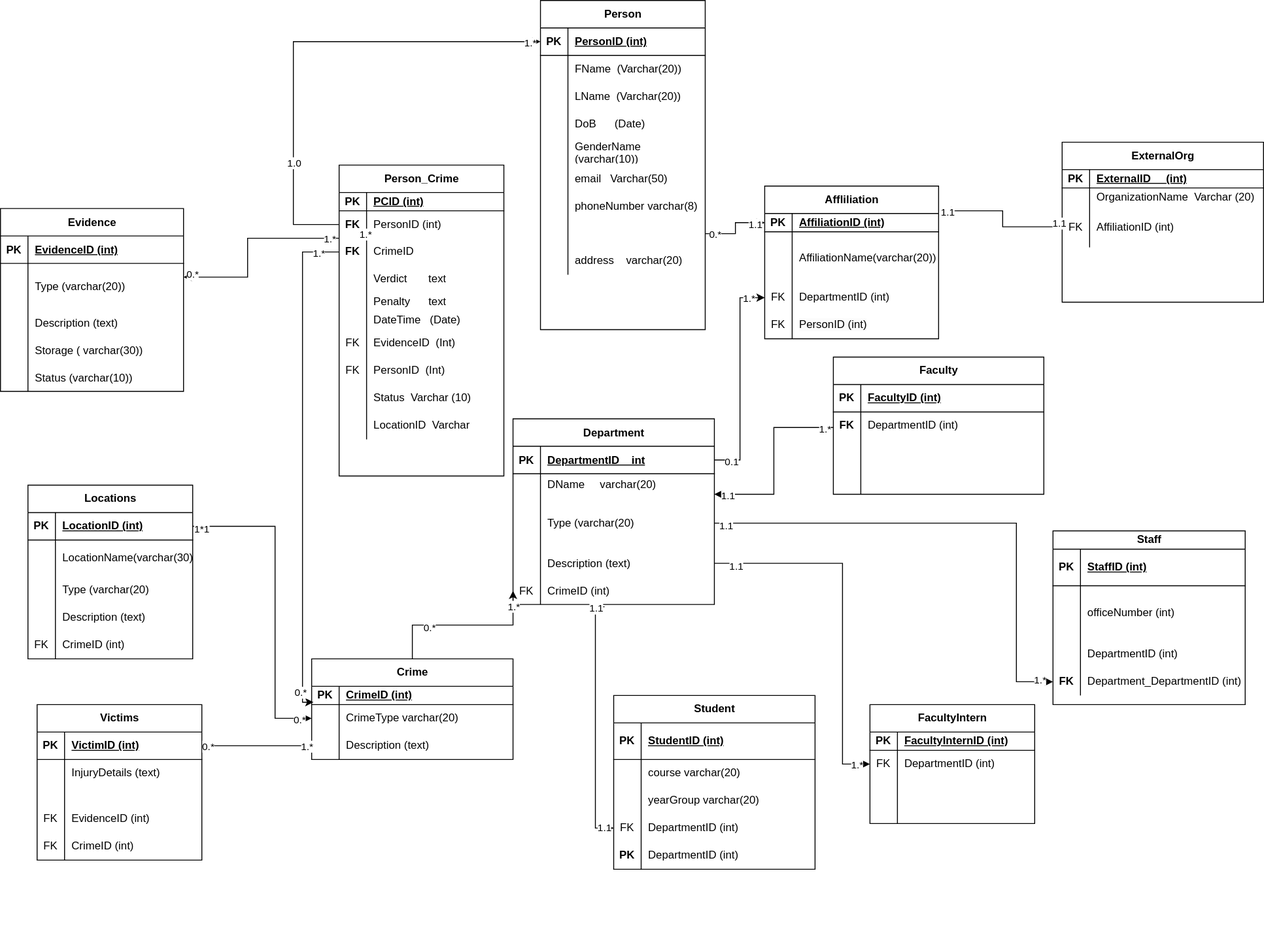
Earlier version of the draw.io export Untitled Diagram.drawio.svg (Priscile2/Diagrams). Source tidied: cells renumbered, new cells last; positions are measured from the earlier drawing's top-left corner, leaving out a move shared by most shapes.
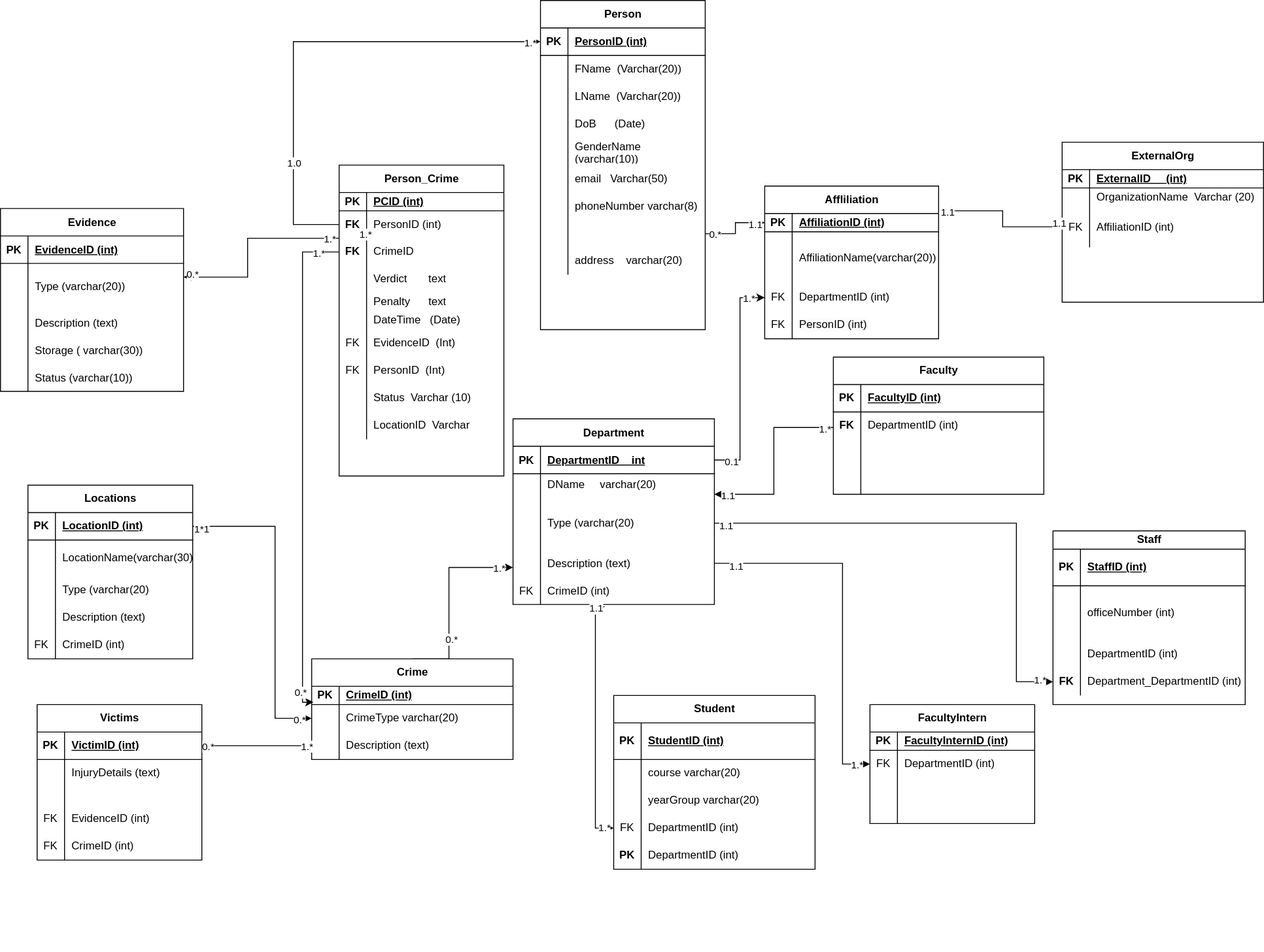
After the commit.

Change to the diagram source:
```diff
@@ -470,8 +470,13 @@
     <mxCell id="157" value="AffiliationID (int)" style="shape=partialRectangle;fillColor=none;top=0;left=0;bottom=0;right=0;align=left;spacingLeft=6;overflow=hidden;whiteSpace=wrap;html=1;" parent="155" vertex="1">
       <mxGeometry x="30" width="190" height="45" as="geometry" />
     </mxCell>
-    <mxCell id="158" style="edgeStyle=elbowEdgeStyle;rounded=0;jettySize=auto;html=1;exitX=0.5;exitY=0;exitDx=0;exitDy=0;entryX=0;entryY=0.5;entryDx=0;entryDy=0;" parent="1" edge="1" source="161" target="56">
-      <mxGeometry relative="1" as="geometry" />
+    <mxCell id="158" style="edgeStyle=elbowEdgeStyle;rounded=0;jettySize=auto;html=1;exitX=0.5;exitY=0;exitDx=0;exitDy=0;" parent="1" edge="1" source="161">
+      <mxGeometry relative="1" as="geometry">
+        <mxPoint x="560" y="620" as="targetPoint" />
+        <Array as="points">
+          <mxPoint x="490" y="620" />
+        </Array>
+      </mxGeometry>
     </mxCell>
     <mxCell id="159" value="1.*" style="edgeLabel;html=1;align=center;verticalAlign=middle;" parent="158" vertex="1">
       <mxGeometry x="0.83" y="1" relative="1" as="geometry">
@@ -728,7 +733,7 @@
     <mxCell id="235" value="1.1" style="edgeLabel;html=1;align=center;verticalAlign=middle;" parent="234" vertex="1">
       <mxGeometry x="-0.92" relative="1" as="geometry" />
     </mxCell>
-    <mxCell id="236" value="1.1" style="edgeLabel;html=1;align=center;verticalAlign=middle;" parent="234" vertex="1">
+    <mxCell id="236" value="1.*" style="edgeLabel;html=1;align=center;verticalAlign=middle;" parent="234" vertex="1">
       <mxGeometry x="0.92" y="1" relative="1" as="geometry" />
     </mxCell>
     <mxCell id="237" style="edgeStyle=elbowEdgeStyle;rounded=0;jettySize=auto;html=1;entryX=0;entryY=0.5;entryDx=0;entryDy=0;" parent="1" edge="1" source="50" target="129">
@@ -817,9 +822,6 @@
     <mxCell id="254" style="shape=partialRectangle;fillColor=none;top=0;left=0;bottom=0;right=0;align=left;spacingLeft=6;overflow=hidden;whiteSpace=wrap;html=1;" parent="1" vertex="1">
       <mxGeometry x="370" y="800" width="190" height="30" as="geometry" />
     </mxCell>
-    <mxCell id="255" style="shape=partialRectangle;fillColor=none;top=0;left=0;bottom=0;right=0;align=left;spacingLeft=6;overflow=hidden;whiteSpace=wrap;html=1;" parent="1" vertex="1">
-      <mxGeometry x="370" y="980" width="190" height="30" as="geometry" />
-    </mxCell>
     <mxCell id="256" style="shape=partialRectangle;fillColor=none;top=0;left=0;bottom=0;right=0;align=left;spacingLeft=6;overflow=hidden;whiteSpace=wrap;html=1;" parent="1" vertex="1">
       <mxGeometry x="370" y="1010" width="190" height="30" as="geometry" />
     </mxCell>
```
